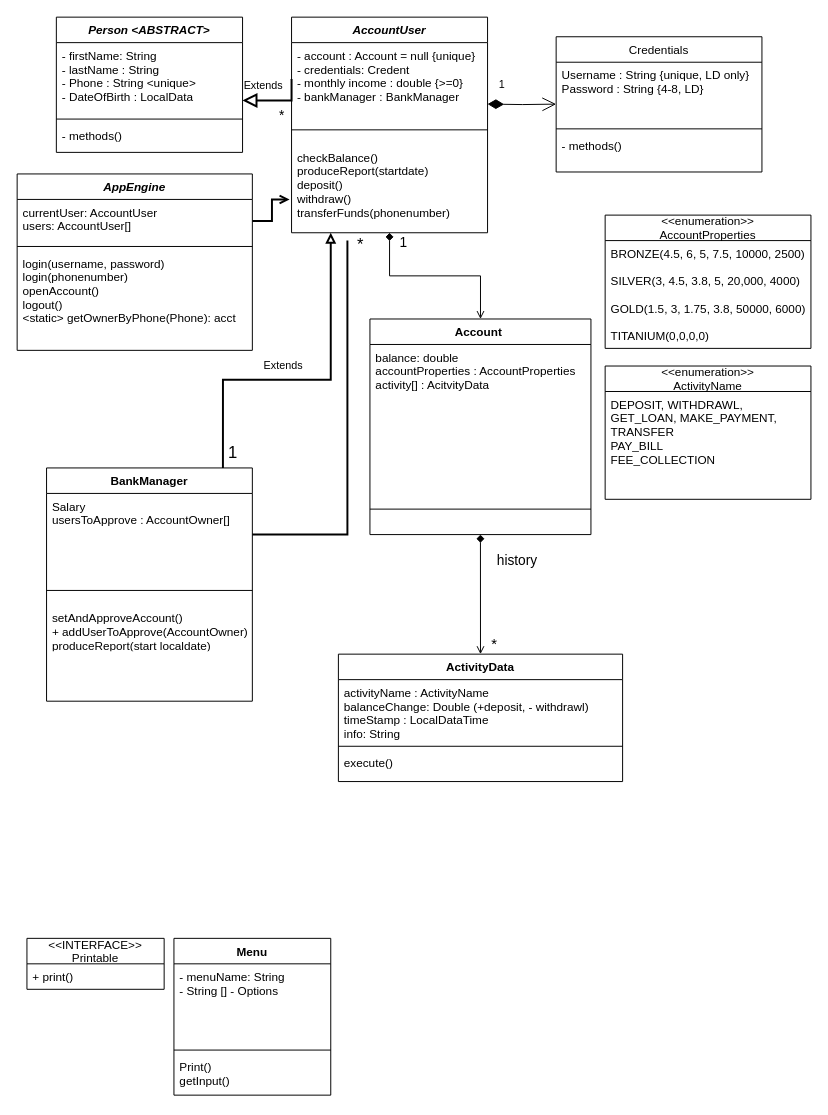
Earlier version of the draw.io diagram Documents/BankingProjectUML.drawio (amirshac/BankingProject). Source tidied: cells renumbered, new cells numbered last; positions are measured from the earlier drawing's top-left corner, leaving out a move shared by most shapes. Both pictures are drawn from the tidied source at 98%, with x=0, y=0 at pixel (17, 17).
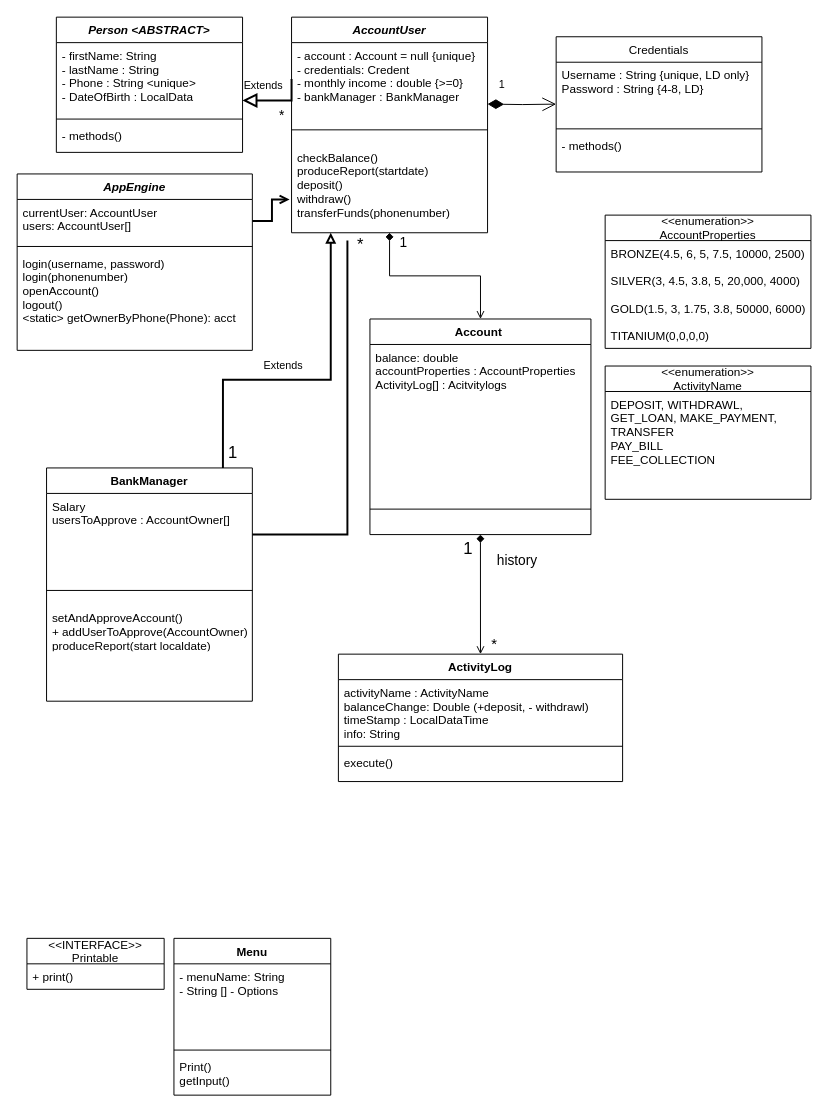
Above is the later version.

Unchanged cells that the change refers to:
```xml
<mxCell id="7" value="Account &#10;" style="swimlane;fontStyle=1;align=center;verticalAlign=top;horizontal=1;startSize=26;rounded=0;shadow=0;strokeWidth=1;" parent="1" vertex="1">
  <mxGeometry x="360" y="308" width="225.5" height="220" as="geometry" />
</mxCell>
```

The edit, as a diff of the source:
```diff
@@
-    <mxCell id="8" value="balance: double&#10;accountProperties : AccountProperties&#10;activity[] : AcitvityData" style="text;align=left;verticalAlign=top;spacingLeft=4;spacingRight=4;overflow=hidden;" parent="7" vertex="1">
+    <mxCell id="8" value="balance: double&#10;accountProperties : AccountProperties&#10;ActivityLog[] : Acitvitylogs" style="text;align=left;verticalAlign=top;spacingLeft=4;spacingRight=4;overflow=hidden;" parent="7" vertex="1">
       <mxGeometry y="26" width="225.5" height="144" as="geometry" />
     </mxCell>
@@
-    <mxCell id="21" value="ActivityData" style="swimlane;fontStyle=1;align=center;verticalAlign=top;horizontal=1;startSize=26;" parent="1" vertex="1">
+    <mxCell id="21" value="ActivityLog" style="swimlane;fontStyle=1;align=center;verticalAlign=top;horizontal=1;startSize=26;" parent="1" vertex="1">
       <mxGeometry x="327.8" y="650" width="290" height="130" as="geometry" />
     </mxCell>
@@
+    <mxCell id="54" value="1" style="text;html=1;align=center;verticalAlign=middle;strokeColor=none;fillColor=none;fontSize=17;" parent="1" vertex="1">
+      <mxGeometry x="450" y="528" width="20" height="30" as="geometry" />
+    </mxCell>
```
